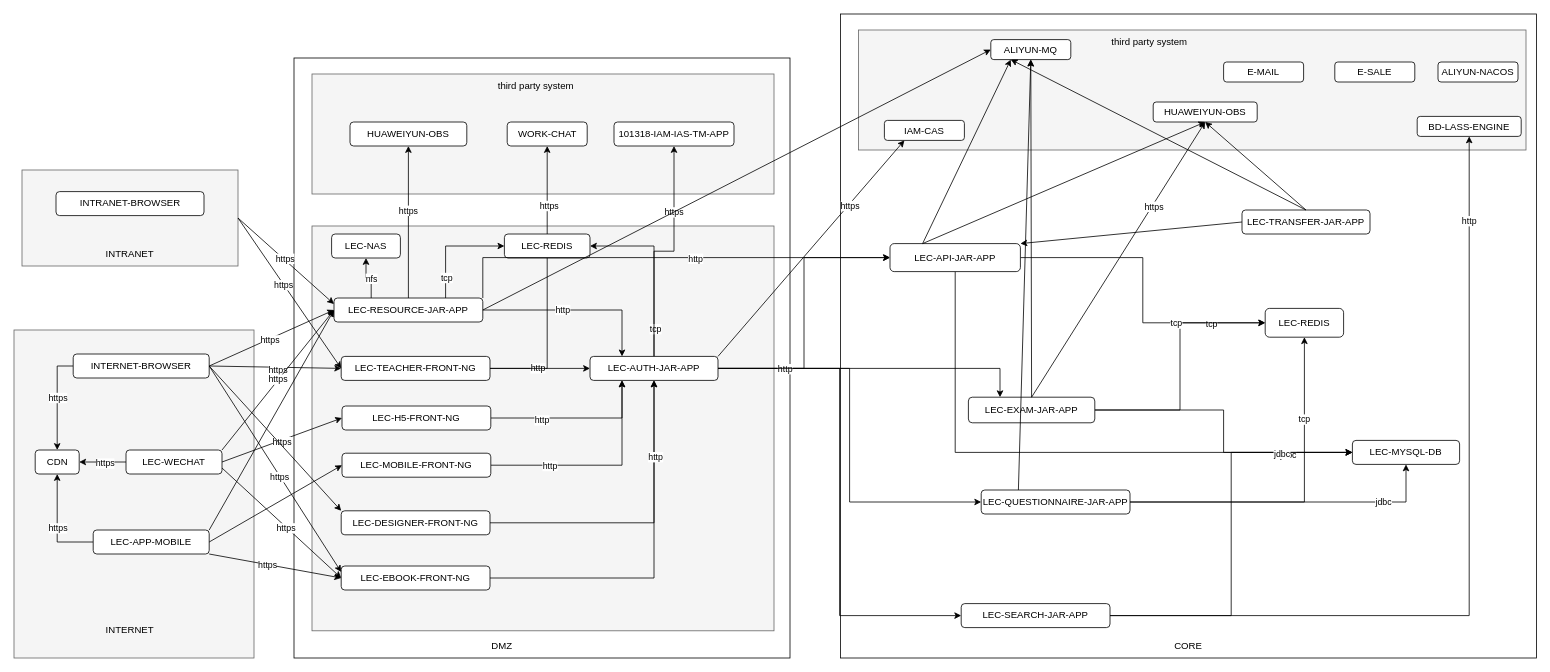
This is 智学365架构图.drawio from rainerpiao/cloud-computing, a draw.io file, before an edit. Source tidied: cells renumbered, new cells numbered last; positions are measured from the earlier drawing's top-left corner, leaving out a move shared by most shapes. Both pictures are drawn from the tidied source at 80%, with x=0, y=0 at pixel (14, 14).
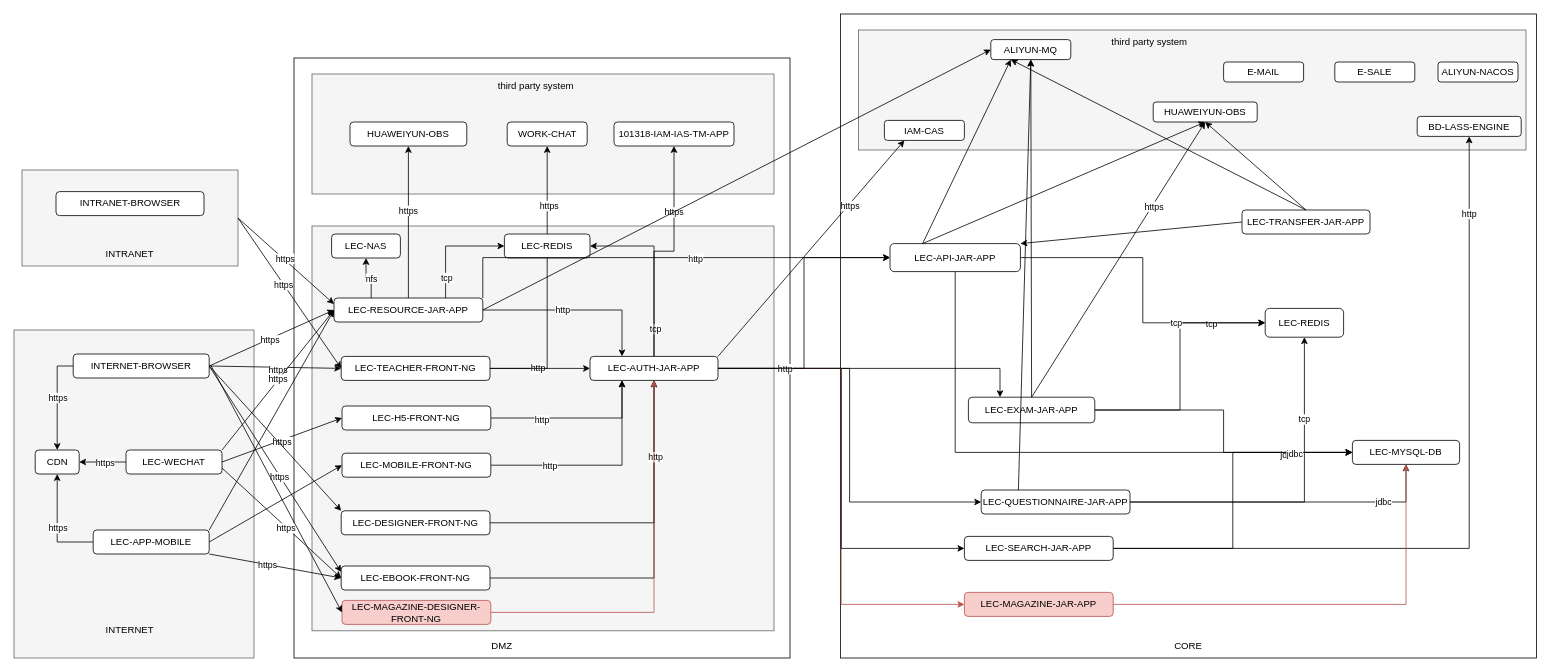
Above is the later version.

Commit message:
更新智学365架构图.drawio

The change refers to these unchanged cells:
```xml
<mxCell id="39" value="LEC-AUTH-JAR-APP" style="rounded=1;whiteSpace=wrap;html=1;" parent="1" vertex="1">
  <mxGeometry x="720" y="428" width="160" height="30" as="geometry" />
</mxCell>
<mxCell id="52" value="LEC-MYSQL-DB" style="rounded=1;whiteSpace=wrap;html=1;" parent="1" vertex="1">
  <mxGeometry x="1673" y="533" width="134" height="30" as="geometry" />
</mxCell>
```

Change to the diagram source:
```diff
@@
+    <mxCell id="133" style="edgeStyle=orthogonalEdgeStyle;rounded=0;jettySize=auto;html=1;entryX=0;entryY=0.5;entryDx=0;entryDy=0;fillColor=#f8cecc;strokeColor=#b85450;" parent="1" edge="1" source="39" target="137">
+      <mxGeometry relative="1" as="geometry" />
+    </mxCell>
@@
     <mxCell id="102" value="LEC-SEARCH-JAR-APP" style="rounded=1;whiteSpace=wrap;html=1;" parent="1" vertex="1">
-      <mxGeometry x="1184" y="737" width="186" height="30" as="geometry" />
+      <mxGeometry x="1188" y="653" width="186" height="30" as="geometry" />
     </mxCell>
@@
+    <mxCell id="134" style="edgeStyle=orthogonalEdgeStyle;rounded=0;jettySize=auto;html=1;entryX=0.5;entryY=1;entryDx=0;entryDy=0;fillColor=#f8cecc;strokeColor=#b85450;" parent="1" edge="1" source="135" target="39">
+      <mxGeometry relative="1" as="geometry" />
+    </mxCell>
+    <mxCell id="135" value="LEC-MAGAZINE-DESIGNER-FRONT-NG" style="rounded=1;whiteSpace=wrap;html=1;fillColor=#f8cecc;strokeColor=#b85450;" parent="1" vertex="1">
+      <mxGeometry x="410" y="733" width="186" height="30" as="geometry" />
+    </mxCell>
+    <mxCell id="136" style="edgeStyle=orthogonalEdgeStyle;rounded=0;jettySize=auto;html=1;entryX=0.5;entryY=1;entryDx=0;entryDy=0;fillColor=#f8cecc;strokeColor=#b85450;" parent="1" edge="1" source="137" target="52">
+      <mxGeometry relative="1" as="geometry" />
+    </mxCell>
+    <mxCell id="137" value="LEC-MAGAZINE-JAR-APP" style="rounded=1;whiteSpace=wrap;html=1;fillColor=#f8cecc;strokeColor=#b85450;" parent="1" vertex="1">
+      <mxGeometry x="1188" y="723" width="186" height="30" as="geometry" />
+    </mxCell>
+    <mxCell id="138" style="endArrow=classic;html=1;rounded=0;entryX=0;entryY=0.5;entryDx=0;entryDy=0;" parent="1" edge="1" target="135">
+      <mxGeometry relative="1" as="geometry">
+        <mxPoint x="246" y="439" as="sourcePoint" />
+      </mxGeometry>
+    </mxCell>
```
